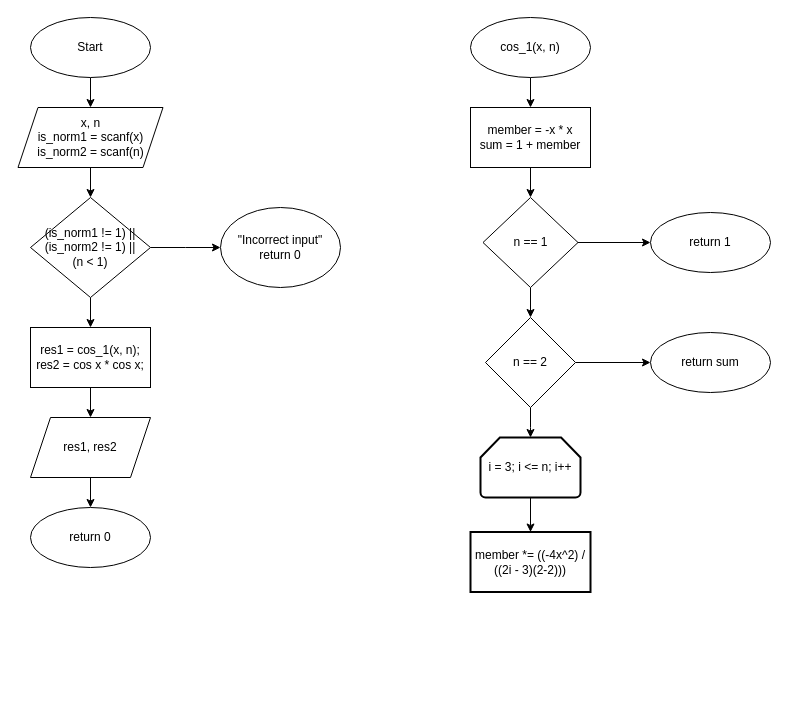
The draw.io diagram labs/lab2/lab2.drawio in Glebins/mephi_labs, before the edit. Source tidied: cells renumbered, new cells numbered last; positions are measured from the earlier drawing's top-left corner, leaving out a move shared by most shapes. Both pictures are drawn from the tidied source at 100%, with x=0, y=0 at pixel (18, 17).
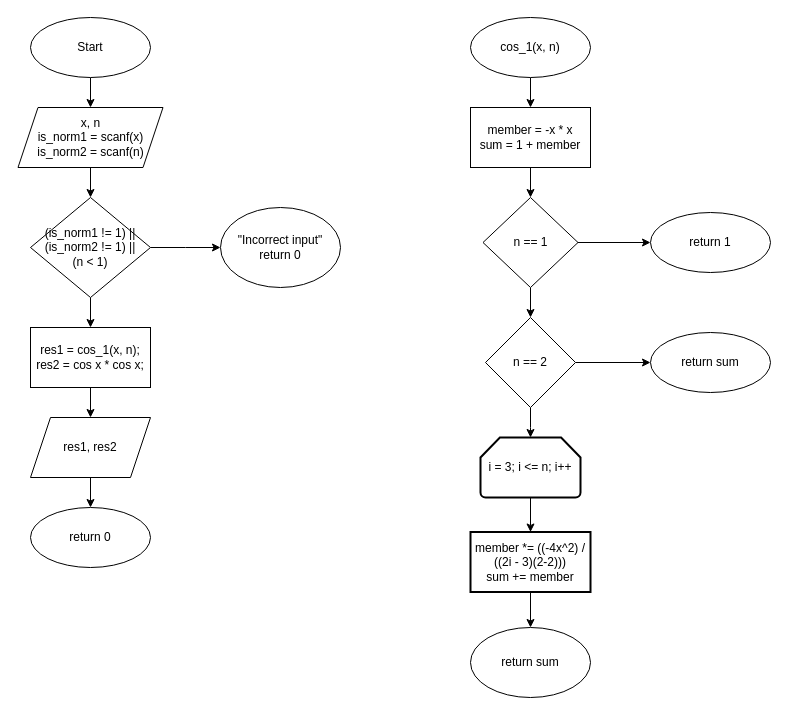
The same page after the edit.

The edit, as a diff of the source:
```diff
@@
+    <mxCell id="30" style="edgeStyle=orthogonalEdgeStyle;rounded=0;jettySize=auto;html=1;" parent="1" edge="1" source="29">
+      <mxGeometry relative="1" as="geometry">
+        <mxPoint x="512" y="610" as="targetPoint" />
+      </mxGeometry>
+    </mxCell>
-    <mxCell id="29" value="member *= ((-4x^2) / ((2i - 3)(2-2)))" style="whiteSpace=wrap;html=1;strokeWidth=2;" parent="1" vertex="1">
+    <mxCell id="29" value="member *= ((-4x^2) / ((2i - 3)(2-2)))&lt;br&gt;sum += member" style="whiteSpace=wrap;html=1;strokeWidth=2;" parent="1" vertex="1">
       <mxGeometry x="452" y="514.5" width="120" height="60" as="geometry" />
     </mxCell>
+    <mxCell id="31" value="return sum" style="ellipse;whiteSpace=wrap;html=1;" parent="1" vertex="1">
+      <mxGeometry x="452" y="610" width="120" height="70" as="geometry" />
+    </mxCell>
```
